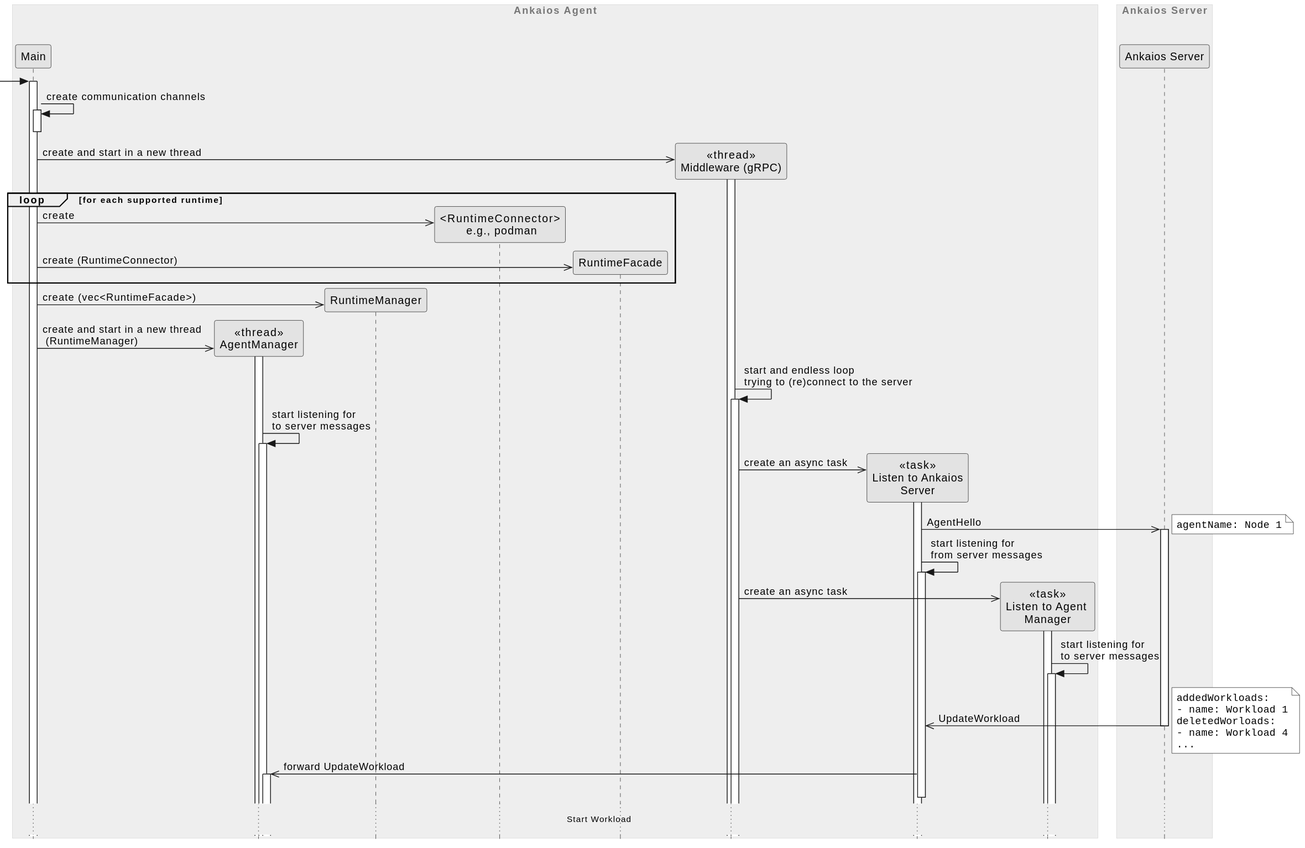
This is agent/doc/swdesign/plantuml/seq_startup.svg from eclipse-ankaios/ankaios, a PlantUML export, as it was before one commit.
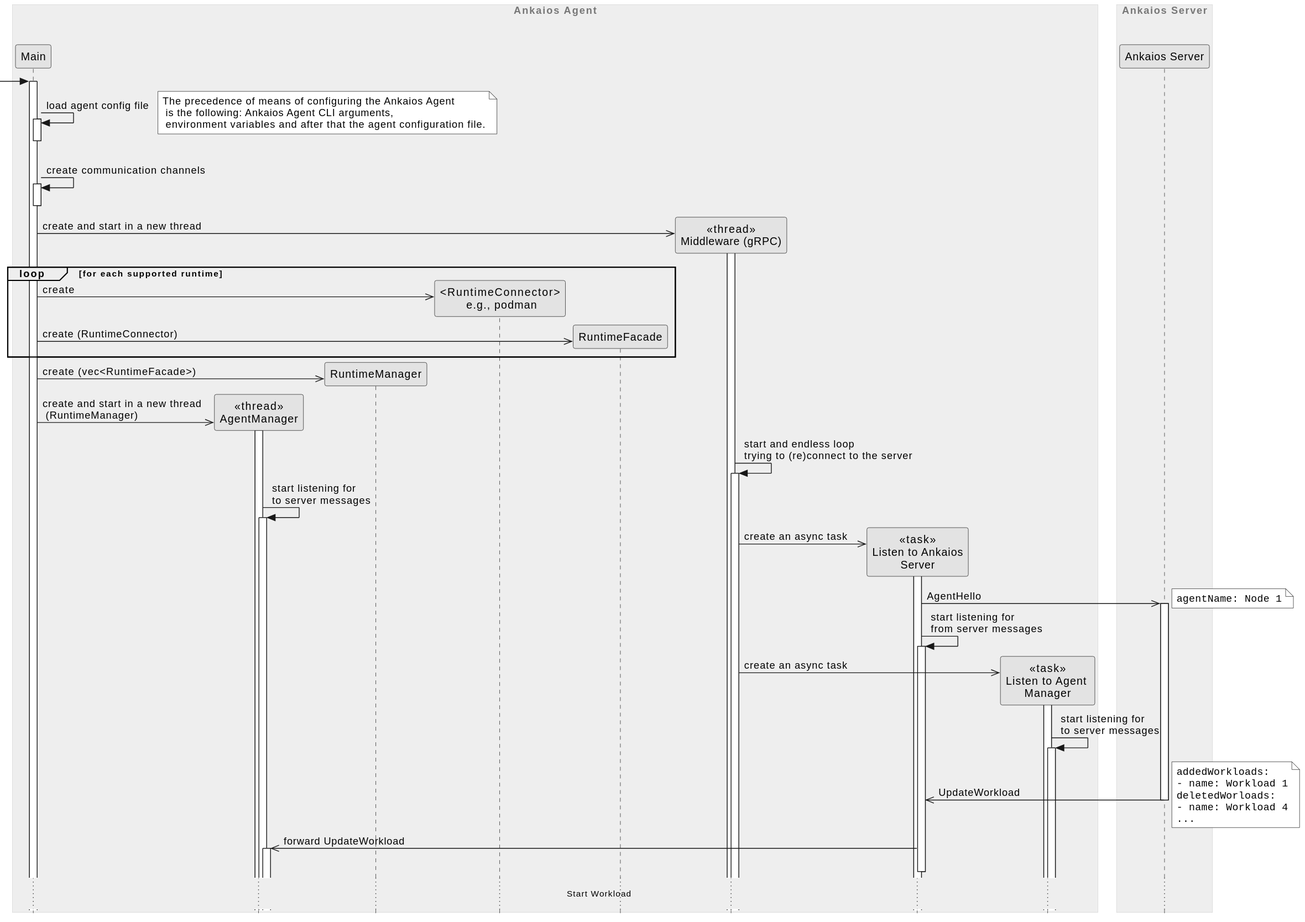
After the commit.

What changed in the source:
```diff
@@ -18,6 +18,8 @@
 end box
 
 -> main ++
+main -> main ++--: load agent config file
+note right: The precedence of means of configuring the Ankaios Agent\n is the following: Ankaios Agent CLI arguments,\n environment variables and after that the agent configuration file.
 main -> main ++--: create communication channels
 main ->> grpc_client ** : create and start in a new thread
 activate grpc_client
```
